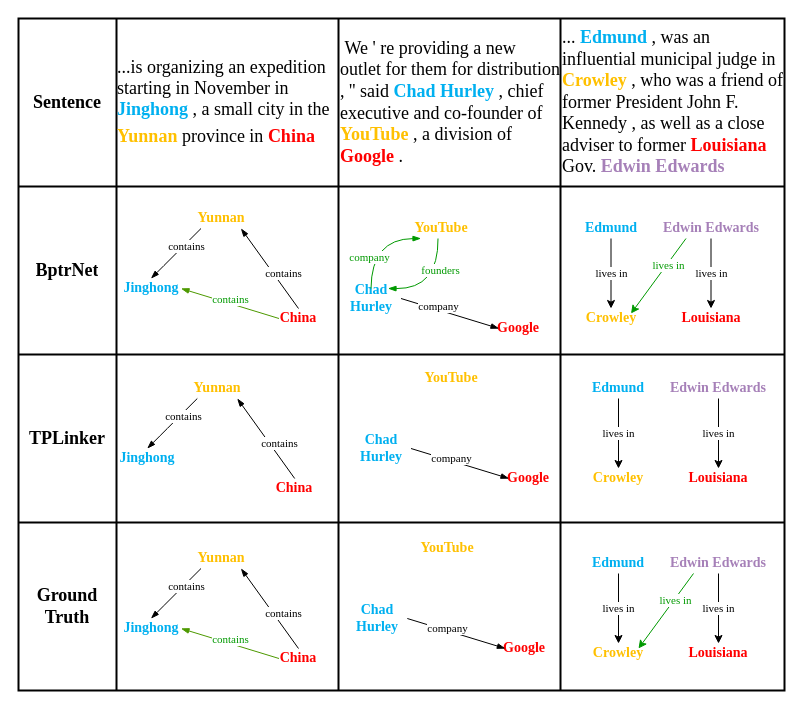
Before: Untitled Diagram.drawio in zhangSchnee/gittest, a draw.io diagram. Source tidied: cells renumbered, new cells numbered last; positions are measured from the earlier drawing's top-left corner, leaving out a move shared by most shapes. Both pictures are drawn from the tidied source at 100%, with x=0, y=0 at pixel (18, 18).
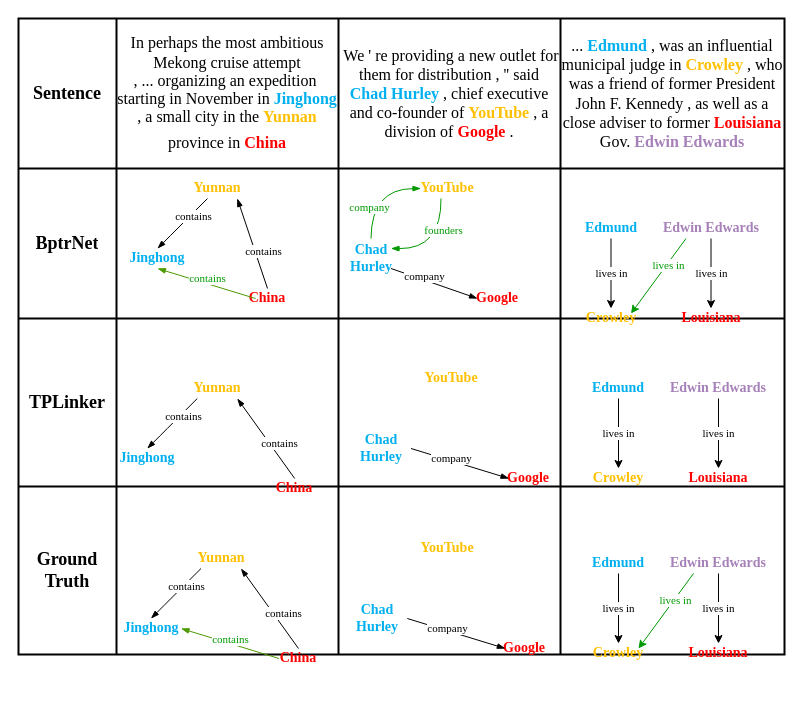
The same diagram, later.

The edit, as a diff of the source:
```diff
@@
     <mxCell id="2" style="shape=table;html=1;whiteSpace=wrap;startSize=0;childLayout=tableLayout;strokeWidth=2;perimeterSpacing=1;" parent="1" vertex="1">
-      <mxGeometry width="766" height="672" as="geometry" />
+      <mxGeometry width="766" height="636" as="geometry" />
     </mxCell>
     <mxCell id="3" style="shape=partialRectangle;html=1;whiteSpace=wrap;fillColor=none;top=0;left=0;bottom=0;right=0;" parent="2" vertex="1">
-      <mxGeometry width="766" height="168" as="geometry" />
+      <mxGeometry width="766" height="150" as="geometry" />
     </mxCell>
     <mxCell id="4" value="&lt;font face=&quot;Times New Roman&quot; style=&quot;font-size: 18px&quot;&gt;&lt;b&gt;Sentence&lt;/b&gt;&lt;/font&gt;" style="shape=partialRectangle;html=1;whiteSpace=wrap;overflow=hidden;fillColor=none;top=0;left=0;bottom=0;right=0;" parent="3" vertex="1">
-      <mxGeometry width="98" height="168" as="geometry" />
+      <mxGeometry width="98" height="150" as="geometry" />
     </mxCell>
-    <mxCell id="5" value="&lt;p style=&quot;line-height: normal ; margin-top: 0pt ; margin-bottom: 0pt ; margin-left: 0in ; margin-right: 0in ; text-indent: 0in ; text-align: left ; direction: ltr ; unicode-bidi: embed ; word-break: normal&quot;&gt;&lt;font style=&quot;font-size: 18px&quot; face=&quot;Times New Roman&quot;&gt;&lt;span&gt;...is organizing an expedition starting in November in &lt;/span&gt;&lt;span style=&quot;color: rgb(0 , 176 , 240) ; font-weight: bold&quot;&gt;Jinghong&lt;/span&gt;&lt;span&gt; , a small city in the &lt;/span&gt;&lt;span style=&quot;color: rgb(255 , 192 , 0) ; font-weight: bold&quot;&gt;Yunnan&lt;/span&gt;&lt;span&gt; province in &lt;/span&gt;&lt;span style=&quot;color: red ; font-weight: bold&quot;&gt;China&lt;/span&gt;&lt;/font&gt;&lt;span style=&quot;font-size: 18.0pt ; color: red&quot;&gt; &lt;/span&gt;&lt;/p&gt;" style="shape=partialRectangle;html=1;whiteSpace=wrap;overflow=hidden;fillColor=none;top=0;left=0;bottom=0;right=0;" parent="3" vertex="1">
-      <mxGeometry x="98" width="222" height="168" as="geometry" />
+    <mxCell id="5" value="&lt;div&gt;&lt;span style=&quot;font-size: 16px&quot;&gt;&lt;font face=&quot;Times New Roman&quot;&gt;In perhaps the most ambitious Mekong cruise attempt&lt;/font&gt;&lt;/span&gt;&lt;/div&gt;&lt;p style=&quot;line-height: normal ; margin: 0pt 0in ; text-indent: 0in ; direction: ltr ; unicode-bidi: embed ; word-break: normal ; font-size: 16px&quot;&gt;&lt;font style=&quot;font-size: 16px&quot; face=&quot;Times New Roman&quot;&gt;&lt;span&gt;, ... organizing an expedition&amp;nbsp;&lt;/span&gt;&lt;/font&gt;&lt;/p&gt;&lt;p style=&quot;line-height: normal ; margin: 0pt 0in ; text-indent: 0in ; direction: ltr ; unicode-bidi: embed ; word-break: normal ; font-size: 16px&quot;&gt;&lt;font style=&quot;font-size: 16px&quot; face=&quot;Times New Roman&quot;&gt;&lt;span&gt;starting in November in &lt;/span&gt;&lt;span style=&quot;color: rgb(0 , 176 , 240) ; font-weight: bold&quot;&gt;Jinghong&lt;/span&gt;&lt;span&gt; , a small city in the &lt;/span&gt;&lt;span style=&quot;color: rgb(255 , 192 , 0) ; font-weight: bold&quot;&gt;Yunnan&lt;/span&gt;&lt;span&gt; province in &lt;/span&gt;&lt;span style=&quot;color: red ; font-weight: bold&quot;&gt;China&lt;/span&gt;&lt;/font&gt;&lt;span style=&quot;font-size: 18.0pt ; color: red&quot;&gt; &lt;/span&gt;&lt;/p&gt;" style="shape=partialRectangle;html=1;whiteSpace=wrap;overflow=hidden;fillColor=none;top=0;left=0;bottom=0;right=0;" parent="3" vertex="1">
+      <mxGeometry x="98" width="222" height="150" as="geometry" />
     </mxCell>
-    <mxCell id="6" value="&lt;font style=&quot;font-size: 18px&quot; face=&quot;Times New Roman&quot;&gt;&amp;nbsp;We ' re providing a new outlet for them for distribution , '' said &lt;font color=&quot;#00b0f0&quot;&gt;&lt;b&gt;Chad Hurley&lt;/b&gt;&lt;/font&gt; , chief executive and co-founder of &lt;b&gt;&lt;font color=&quot;#ffc000&quot;&gt;YouTube&lt;/font&gt;&lt;/b&gt; , a division of &lt;b&gt;&lt;font color=&quot;#ff0000&quot;&gt;Google&lt;/font&gt;&lt;/b&gt; .&lt;/font&gt;" style="shape=partialRectangle;html=1;whiteSpace=wrap;overflow=hidden;fillColor=none;top=0;left=0;bottom=0;right=0;align=left;" parent="3" vertex="1">
-      <mxGeometry x="320" width="222" height="168" as="geometry" />
+    <mxCell id="6" value="&lt;div style=&quot;font-size: 16px&quot;&gt;&lt;span style=&quot;font-family: &amp;#34;times new roman&amp;#34;&quot;&gt;&amp;nbsp;We ' re providing a new outlet for them for distribution , '' said &lt;/span&gt;&lt;font color=&quot;#00b0f0&quot; style=&quot;font-size: 16px ; font-family: &amp;#34;times new roman&amp;#34;&quot;&gt;&lt;b&gt;Chad Hurley&lt;/b&gt;&lt;/font&gt;&lt;span style=&quot;font-family: &amp;#34;times new roman&amp;#34;&quot;&gt; , chief executive and co-founder of &lt;/span&gt;&lt;b style=&quot;font-family: &amp;#34;times new roman&amp;#34;&quot;&gt;&lt;font color=&quot;#ffc000&quot; style=&quot;font-size: 16px&quot;&gt;YouTube&lt;/font&gt;&lt;/b&gt;&lt;span style=&quot;font-family: &amp;#34;times new roman&amp;#34;&quot;&gt; , a division of &lt;/span&gt;&lt;b style=&quot;font-family: &amp;#34;times new roman&amp;#34;&quot;&gt;&lt;font color=&quot;#ff0000&quot; style=&quot;font-size: 16px&quot;&gt;Google&lt;/font&gt;&lt;/b&gt;&lt;span style=&quot;font-family: &amp;#34;times new roman&amp;#34;&quot;&gt; .&lt;/span&gt;&lt;/div&gt;" style="shape=partialRectangle;html=1;whiteSpace=wrap;overflow=hidden;fillColor=none;top=0;left=0;bottom=0;right=0;align=center;" parent="3" vertex="1">
+      <mxGeometry x="320" width="222" height="150" as="geometry" />
     </mxCell>
-    <mxCell id="7" value="&lt;font face=&quot;Times New Roman&quot; style=&quot;font-size: 18px&quot;&gt;... &lt;font color=&quot;#00b0f0&quot;&gt;&lt;b&gt;Edmund&lt;/b&gt;&lt;/font&gt; , was an influential municipal judge in &lt;b&gt;&lt;font color=&quot;#ffc000&quot;&gt;Crowley&lt;/font&gt;&lt;/b&gt; , who was a friend of former President John F. Kennedy , as well as a close adviser to former &lt;font color=&quot;#ff0000&quot;&gt;&lt;b&gt;Louisiana&lt;/b&gt;&lt;/font&gt; Gov. &lt;font color=&quot;#a680b8&quot;&gt;&lt;b&gt;Edwin Edwards&lt;/b&gt;&lt;/font&gt;&lt;/font&gt;" style="shape=partialRectangle;html=1;whiteSpace=wrap;overflow=hidden;fillColor=none;top=0;left=0;bottom=0;right=0;align=left;" parent="3" vertex="1">
-      <mxGeometry x="542" width="224" height="168" as="geometry" />
+    <mxCell id="7" value="&lt;font face=&quot;Times New Roman&quot; style=&quot;font-size: 16px&quot;&gt;... &lt;font color=&quot;#00b0f0&quot; style=&quot;font-size: 16px&quot;&gt;&lt;b&gt;Edmund&lt;/b&gt;&lt;/font&gt; , was an influential municipal judge in &lt;b&gt;&lt;font color=&quot;#ffc000&quot; style=&quot;font-size: 16px&quot;&gt;Crowley&lt;/font&gt;&lt;/b&gt; , who was a friend of former President John F. Kennedy , as well as a close adviser to former &lt;font color=&quot;#ff0000&quot; style=&quot;font-size: 16px&quot;&gt;&lt;b&gt;Louisiana&lt;/b&gt;&lt;/font&gt; Gov. &lt;font color=&quot;#a680b8&quot; style=&quot;font-size: 16px&quot;&gt;&lt;b&gt;Edwin Edwards&lt;/b&gt;&lt;/font&gt;&lt;/font&gt;" style="shape=partialRectangle;html=1;whiteSpace=wrap;overflow=hidden;fillColor=none;top=0;left=0;bottom=0;right=0;align=center;" parent="3" vertex="1">
+      <mxGeometry x="542" width="224" height="150" as="geometry" />
     </mxCell>
     <mxCell id="8" style="shape=partialRectangle;html=1;whiteSpace=wrap;fillColor=none;top=0;left=0;bottom=0;right=0;" parent="2" vertex="1">
-      <mxGeometry y="168" width="766" height="168" as="geometry" />
+      <mxGeometry y="150" width="766" height="150" as="geometry" />
     </mxCell>
     <mxCell id="9" value="&lt;b&gt;&lt;font face=&quot;Times New Roman&quot; style=&quot;font-size: 18px&quot;&gt;BptrNet&lt;/font&gt;&lt;/b&gt;" style="shape=partialRectangle;html=1;whiteSpace=wrap;overflow=hidden;fillColor=none;top=0;left=0;bottom=0;right=0;" parent="8" vertex="1">
-      <mxGeometry width="98" height="168" as="geometry" />
+      <mxGeometry width="98" height="150" as="geometry" />
     </mxCell>
     <mxCell id="10" style="shape=partialRectangle;html=1;whiteSpace=wrap;overflow=hidden;fillColor=none;top=0;left=0;bottom=0;right=0;" parent="8" vertex="1">
-      <mxGeometry x="98" width="222" height="168" as="geometry" />
+      <mxGeometry x="98" width="222" height="150" as="geometry" />
     </mxCell>
     <mxCell id="11" style="shape=partialRectangle;html=1;whiteSpace=wrap;overflow=hidden;fillColor=none;top=0;left=0;bottom=0;right=0;" parent="8" vertex="1">
-      <mxGeometry x="320" width="222" height="168" as="geometry" />
+      <mxGeometry x="320" width="222" height="150" as="geometry" />
     </mxCell>
     <mxCell id="12" style="shape=partialRectangle;html=1;whiteSpace=wrap;overflow=hidden;fillColor=none;top=0;left=0;bottom=0;right=0;" parent="8" vertex="1">
-      <mxGeometry x="542" width="224" height="168" as="geometry" />
+      <mxGeometry x="542" width="224" height="150" as="geometry" />
     </mxCell>
     <mxCell id="13" style="shape=partialRectangle;html=1;whiteSpace=wrap;fillColor=none;top=0;left=0;bottom=0;right=0;" parent="2" vertex="1">
-      <mxGeometry y="336" width="766" height="168" as="geometry" />
+      <mxGeometry y="300" width="766" height="168" as="geometry" />
     </mxCell>
@@
     <mxCell id="18" style="shape=partialRectangle;html=1;whiteSpace=wrap;fillColor=none;top=0;left=0;bottom=0;right=0;" parent="2" vertex="1">
-      <mxGeometry y="504" width="766" height="168" as="geometry" />
+      <mxGeometry y="468" width="766" height="168" as="geometry" />
     </mxCell>
@@
     <mxCell id="23" value="&lt;span style=&quot;color: rgb(0 , 176 , 240) ; font-family: &amp;#34;times new roman&amp;#34; ; font-weight: 700 ; text-align: left&quot;&gt;&lt;font style=&quot;font-size: 14px&quot;&gt;Jinghong&lt;/font&gt;&lt;/span&gt;" style="text;html=1;strokeColor=none;fillColor=none;align=center;verticalAlign=middle;whiteSpace=wrap;rounded=0;" parent="1" vertex="1">
-      <mxGeometry x="112.5" y="260" width="40" height="20" as="geometry" />
+      <mxGeometry x="119" y="230" width="40" height="20" as="geometry" />
     </mxCell>
     <mxCell id="24" style="endArrow=none;html=1;startArrow=blockThin;startFill=1;endFill=0;" parent="1" edge="1">
       <mxGeometry relative="1" as="geometry">
-        <mxPoint x="132.5" y="260" as="sourcePoint" />
-        <mxPoint x="182.5" y="210" as="targetPoint" />
+        <mxPoint x="139" y="230" as="sourcePoint" />
+        <mxPoint x="189" y="180" as="targetPoint" />
         <Array as="points">
-          <mxPoint x="152.5" y="240" />
+          <mxPoint x="159" y="210" />
         </Array>
       </mxGeometry>
     </mxCell>
@@
     <mxCell id="26" value="&lt;span style=&quot;color: rgb(255 , 192 , 0) ; font-family: &amp;#34;times new roman&amp;#34; ; font-size: 14px ; font-weight: 700 ; text-align: left&quot;&gt;Yunnan&lt;/span&gt;" style="text;html=1;strokeColor=none;fillColor=none;align=center;verticalAlign=middle;whiteSpace=wrap;rounded=0;" parent="1" vertex="1">
-      <mxGeometry x="182.5" y="190" width="40" height="20" as="geometry" />
+      <mxGeometry x="178.8" y="160" width="40" height="20" as="geometry" />
     </mxCell>
@@
     <mxCell id="29" value="&lt;span style=&quot;color: rgb(255 , 0 , 0) ; font-family: &amp;#34;times new roman&amp;#34; ; font-weight: 700 ; text-align: left&quot;&gt;&lt;font style=&quot;font-size: 14px&quot;&gt;China&lt;/font&gt;&lt;/span&gt;" style="text;html=1;strokeColor=none;fillColor=none;align=center;verticalAlign=middle;whiteSpace=wrap;rounded=0;" parent="1" vertex="1">
-      <mxGeometry x="260" y="290" width="40" height="20" as="geometry" />
+      <mxGeometry x="229" y="270" width="40" height="20" as="geometry" />
     </mxCell>
     <mxCell id="30" style="endArrow=none;html=1;startArrow=blockThin;startFill=1;endFill=0;rounded=1;strokeColor=#4D9900;" parent="1" edge="1">
       <mxGeometry relative="1" as="geometry">
-        <mxPoint x="162.5" y="270" as="sourcePoint" />
-        <mxPoint x="260.5" y="300" as="targetPoint" />
+        <mxPoint x="139" y="250" as="sourcePoint" />
+        <mxPoint x="237" y="280" as="targetPoint" />
       </mxGeometry>
     </mxCell>
     <mxCell id="31" value="&lt;font color=&quot;#009900&quot; face=&quot;Times New Roman&quot;&gt;contains&lt;/font&gt;" style="edgeLabel;html=1;align=center;verticalAlign=middle;" parent="30" vertex="1">
       <mxGeometry x="0.37" y="-2" relative="1" as="geometry">
-        <mxPoint x="-17.4" y="-12.4" as="offset" />
+        <mxPoint x="-16.7" y="-12.5" as="offset" />
       </mxGeometry>
     </mxCell>
@@
     <mxCell id="48" value="&lt;span style=&quot;color: rgb(0 , 176 , 240) ; font-family: &amp;#34;times new roman&amp;#34; ; font-weight: 700 ; text-align: left&quot;&gt;&lt;font style=&quot;font-size: 14px&quot;&gt;Chad Hurley&lt;/font&gt;&lt;/span&gt;" style="text;html=1;strokeColor=none;fillColor=none;align=center;verticalAlign=middle;whiteSpace=wrap;rounded=0;" parent="1" vertex="1">
-      <mxGeometry x="332.5" y="270" width="40" height="20" as="geometry" />
+      <mxGeometry x="332.5" y="230" width="40" height="20" as="geometry" />
     </mxCell>
     <mxCell id="49" style="endArrow=none;html=1;startArrow=blockThin;startFill=1;endFill=0;edgeStyle=orthogonalEdgeStyle;curved=1;strokeColor=#009900;" parent="1" edge="1">
       <mxGeometry relative="1" as="geometry">
-        <mxPoint x="402.5" y="220" as="sourcePoint" />
-        <mxPoint x="352.5" y="270" as="targetPoint" />
+        <mxPoint x="402.5" y="170" as="sourcePoint" />
+        <mxPoint x="352.5" y="220" as="targetPoint" />
       </mxGeometry>
     </mxCell>
@@
     <mxCell id="51" value="&lt;span style=&quot;color: rgb(255 , 192 , 0) ; font-family: &amp;#34;times new roman&amp;#34; ; font-size: 14px ; font-weight: 700 ; text-align: left&quot;&gt;YouTube&lt;/span&gt;" style="text;html=1;strokeColor=none;fillColor=none;align=center;verticalAlign=middle;whiteSpace=wrap;rounded=0;" parent="1" vertex="1">
-      <mxGeometry x="402.5" y="200" width="40" height="20" as="geometry" />
+      <mxGeometry x="408.8" y="160" width="40" height="20" as="geometry" />
     </mxCell>
     <mxCell id="52" value="&lt;span style=&quot;color: rgb(255 , 0 , 0) ; font-family: &amp;#34;times new roman&amp;#34; ; font-weight: 700 ; text-align: left&quot;&gt;&lt;font style=&quot;font-size: 14px&quot;&gt;Google&lt;/font&gt;&lt;/span&gt;" style="text;html=1;strokeColor=none;fillColor=none;align=center;verticalAlign=middle;whiteSpace=wrap;rounded=0;" parent="1" vertex="1">
-      <mxGeometry x="480" y="300" width="40" height="20" as="geometry" />
+      <mxGeometry x="459" y="270" width="40" height="20" as="geometry" />
     </mxCell>
-    <mxCell id="53" style="endArrow=none;html=1;startArrow=blockThin;startFill=1;endFill=0;rounded=1;" parent="1" edge="1">
+    <mxCell id="53" style="endArrow=none;html=1;startArrow=blockThin;startFill=1;endFill=0;rounded=1;exitX=0;exitY=0.5;exitDx=0;exitDy=0;" parent="1" edge="1" source="52">
       <mxGeometry relative="1" as="geometry">
-        <mxPoint x="480.5" y="310" as="sourcePoint" />
-        <mxPoint x="382.5" y="280" as="targetPoint" />
+        <mxPoint x="372.5" y="250" as="targetPoint" />
       </mxGeometry>
     </mxCell>
@@
     <mxCell id="55" style="endArrow=none;html=1;startArrow=blockThin;startFill=1;endFill=0;edgeStyle=orthogonalEdgeStyle;curved=1;strokeColor=#009900;" parent="1" edge="1">
       <mxGeometry relative="1" as="geometry">
-        <mxPoint x="369.5" y="270" as="sourcePoint" />
-        <mxPoint x="419.5" y="220" as="targetPoint" />
+        <mxPoint x="372.5" y="230" as="sourcePoint" />
+        <mxPoint x="422.5" y="180" as="targetPoint" />
       </mxGeometry>
     </mxCell>
```
